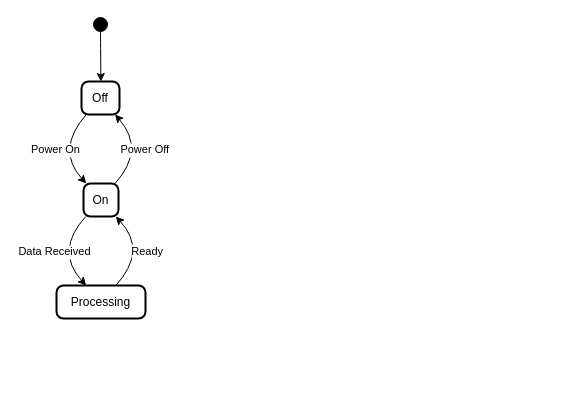
Earlier version of the draw.io diagram sdma_state_machine.drawio (raykwok1150/draw.io). Source tidied: cells renumbered, new cells numbered last; positions are measured from the earlier drawing's top-left corner, leaving out a move shared by most shapes. Both pictures are drawn from the tidied source at 100%, with x=0, y=0 at pixel (54, 17).
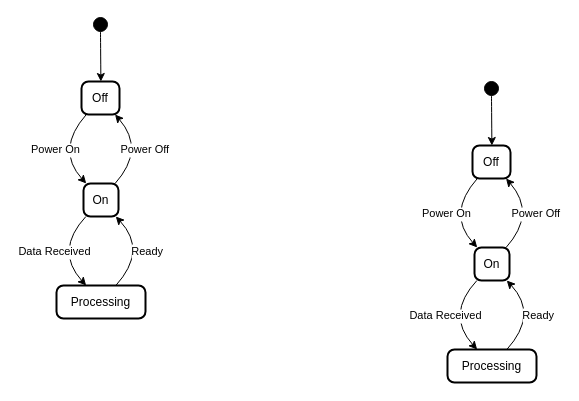
Above is the later version.

The edit, as a diff of the source:
```diff
@@
+    <mxCell id="11" style="ellipse;fillColor=strokeColor;" parent="1" vertex="1">
+      <mxGeometry x="430" y="64" width="14" height="14" as="geometry" />
+    </mxCell>
+    <mxCell id="12" value="Off" style="rounded=1;absoluteArcSize=1;arcSize=14;whiteSpace=wrap;strokeWidth=2;" parent="1" vertex="1">
+      <mxGeometry x="418" y="128" width="38" height="33" as="geometry" />
+    </mxCell>
+    <mxCell id="13" value="On" style="rounded=1;absoluteArcSize=1;arcSize=14;whiteSpace=wrap;strokeWidth=2;" parent="1" vertex="1">
+      <mxGeometry x="420" y="230" width="35" height="33" as="geometry" />
+    </mxCell>
+    <mxCell id="14" value="Processing" style="rounded=1;absoluteArcSize=1;arcSize=14;whiteSpace=wrap;strokeWidth=2;" parent="1" vertex="1">
+      <mxGeometry x="393" y="332" width="89" height="33" as="geometry" />
+    </mxCell>
+    <mxCell id="15" style="curved=1;startArrow=none;exitX=0.52;exitY=1;entryX=0.51;entryY=0;" parent="1" edge="1" source="11" target="12">
+      <mxGeometry relative="1" as="geometry" />
+    </mxCell>
+    <mxCell id="16" value="Power On" style="curved=1;startArrow=none;exitX=0.12;exitY=1.01;entryX=0.07;entryY=-0.01;" parent="1" edge="1" source="12" target="13">
+      <mxGeometry relative="1" as="geometry">
+        <Array as="points">
+          <mxPoint x="392" y="196" />
+        </Array>
+      </mxGeometry>
+    </mxCell>
+    <mxCell id="17" value="Power Off" style="curved=1;startArrow=none;exitX=0.91;exitY=-0.01;entryX=0.89;entryY=1.01;" parent="1" edge="1" source="13" target="12">
+      <mxGeometry relative="1" as="geometry">
+        <Array as="points">
+          <mxPoint x="482" y="196" />
+        </Array>
+      </mxGeometry>
+    </mxCell>
+    <mxCell id="18" value="Data Received" style="curved=1;startArrow=none;exitX=0.06;exitY=1.01;entryX=0.33;entryY=-0.01;" parent="1" edge="1" source="13" target="14">
+      <mxGeometry relative="1" as="geometry">
+        <Array as="points">
+          <mxPoint x="391" y="297" />
+        </Array>
+      </mxGeometry>
+    </mxCell>
+    <mxCell id="19" value="Ready" style="curved=1;startArrow=none;exitX=0.67;exitY=-0.01;entryX=0.93;entryY=1.01;" parent="1" edge="1" source="14" target="13">
+      <mxGeometry relative="1" as="geometry">
+        <Array as="points">
+          <mxPoint x="484" y="297" />
+        </Array>
+      </mxGeometry>
+    </mxCell>
```
